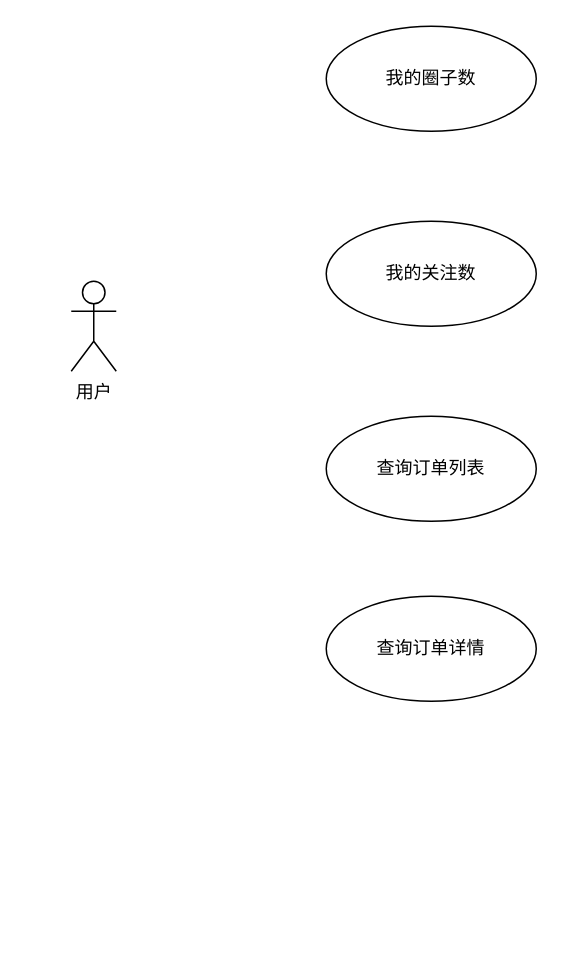
The draw.io diagram img/Untitled Diagram.drawio in parkdifferent/springboot-demo, before the edit. Source tidied: cells renumbered, new cells numbered last; positions are measured from the earlier drawing's top-left corner, leaving out a move shared by most shapes. Both pictures are drawn from the tidied source at 150%, with x=0, y=0 at pixel (70, 26).
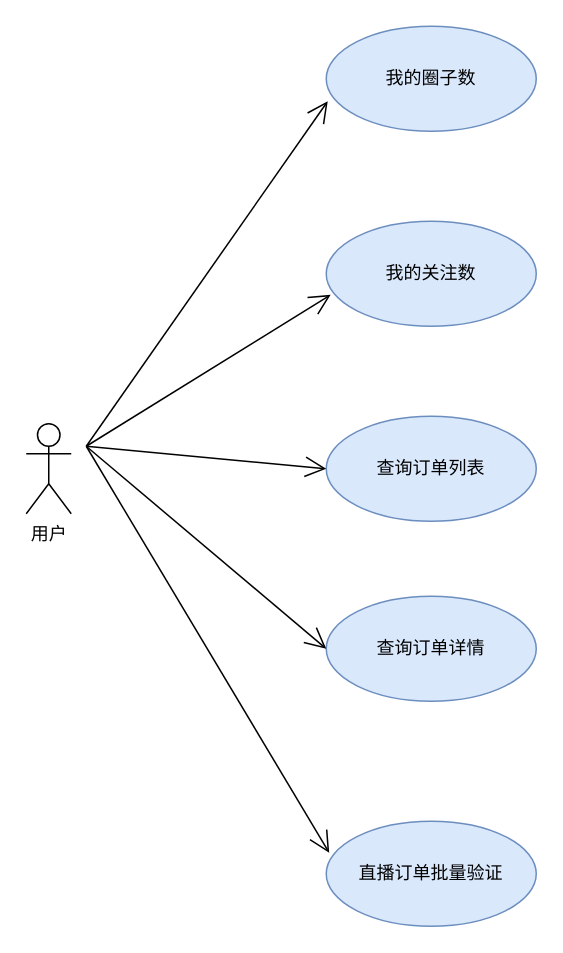
The same diagram, later.

What changed in the source:
```diff
@@
 <mxGraphModel>
   <root>
     <mxCell id="0" />
     <mxCell id="1" parent="0" />
     <mxCell id="2" value="用户&lt;br&gt;" style="shape=umlActor;verticalLabelPosition=bottom;verticalAlign=top;html=1;" parent="1" vertex="1">
-      <mxGeometry y="170" width="30" height="60" as="geometry" />
+      <mxGeometry x="-30" y="265" width="30" height="60" as="geometry" />
     </mxCell>
-    <mxCell id="3" value="查询订单详情" style="ellipse;whiteSpace=wrap;html=1;" parent="1" vertex="1">
+    <mxCell id="3" value="查询订单详情" style="ellipse;whiteSpace=wrap;html=1;fillColor=#dae8fc;strokeColor=#6c8ebf;" parent="1" vertex="1">
       <mxGeometry x="170" y="380" width="140" height="70" as="geometry" />
     </mxCell>
-    <mxCell id="4" value="查询订单列表" style="ellipse;whiteSpace=wrap;html=1;" parent="1" vertex="1">
+    <mxCell id="4" value="查询订单列表" style="ellipse;whiteSpace=wrap;html=1;fillColor=#dae8fc;strokeColor=#6c8ebf;" parent="1" vertex="1">
       <mxGeometry x="170" y="260" width="140" height="70" as="geometry" />
     </mxCell>
-    <mxCell id="5" value="我的关注数" style="ellipse;whiteSpace=wrap;html=1;" parent="1" vertex="1">
+    <mxCell id="5" value="我的关注数" style="ellipse;whiteSpace=wrap;html=1;fillColor=#dae8fc;strokeColor=#6c8ebf;" parent="1" vertex="1">
       <mxGeometry x="170" y="130" width="140" height="70" as="geometry" />
     </mxCell>
-    <mxCell id="6" value="我的圈子数" style="ellipse;whiteSpace=wrap;html=1;" parent="1" vertex="1">
+    <mxCell id="6" value="我的圈子数" style="ellipse;whiteSpace=wrap;html=1;fillColor=#dae8fc;strokeColor=#6c8ebf;" parent="1" vertex="1">
       <mxGeometry x="170" width="140" height="70" as="geometry" />
     </mxCell>
+    <mxCell id="7" value="直播订单批量验证" style="ellipse;whiteSpace=wrap;html=1;fillColor=#dae8fc;strokeColor=#6c8ebf;" parent="1" vertex="1">
+      <mxGeometry x="170" y="530" width="140" height="70" as="geometry" />
+    </mxCell>
+    <mxCell id="8" style="endArrow=open;endFill=1;endSize=12;html=1;rounded=0;entryX=0.007;entryY=0.714;entryDx=0;entryDy=0;entryPerimeter=0;" parent="1" edge="1" target="6">
+      <mxGeometry relative="1" as="geometry">
+        <mxPoint x="10" y="280" as="sourcePoint" />
+      </mxGeometry>
+    </mxCell>
+    <mxCell id="9" style="endArrow=open;endFill=1;endSize=12;html=1;rounded=0;entryX=0.021;entryY=0.7;entryDx=0;entryDy=0;entryPerimeter=0;" parent="1" edge="1" target="5">
+      <mxGeometry relative="1" as="geometry">
+        <mxPoint x="10" y="280" as="sourcePoint" />
+      </mxGeometry>
+    </mxCell>
+    <mxCell id="10" style="endArrow=open;endFill=1;endSize=12;html=1;rounded=0;entryX=0;entryY=0.5;entryDx=0;entryDy=0;" parent="1" edge="1" target="3">
+      <mxGeometry relative="1" as="geometry">
+        <mxPoint x="10" y="280" as="sourcePoint" />
+      </mxGeometry>
+    </mxCell>
+    <mxCell id="11" style="endArrow=open;endFill=1;endSize=12;html=1;rounded=0;entryX=0;entryY=0.5;entryDx=0;entryDy=0;" parent="1" edge="1" target="4">
+      <mxGeometry relative="1" as="geometry">
+        <mxPoint x="10" y="280" as="sourcePoint" />
+      </mxGeometry>
+    </mxCell>
+    <mxCell id="12" style="endArrow=open;endFill=1;endSize=12;html=1;rounded=0;entryX=0.014;entryY=0.3;entryDx=0;entryDy=0;entryPerimeter=0;" parent="1" edge="1" target="7">
+      <mxGeometry relative="1" as="geometry">
+        <mxPoint x="10" y="280" as="sourcePoint" />
+      </mxGeometry>
+    </mxCell>
   </root>
 </mxGraphModel>
```
